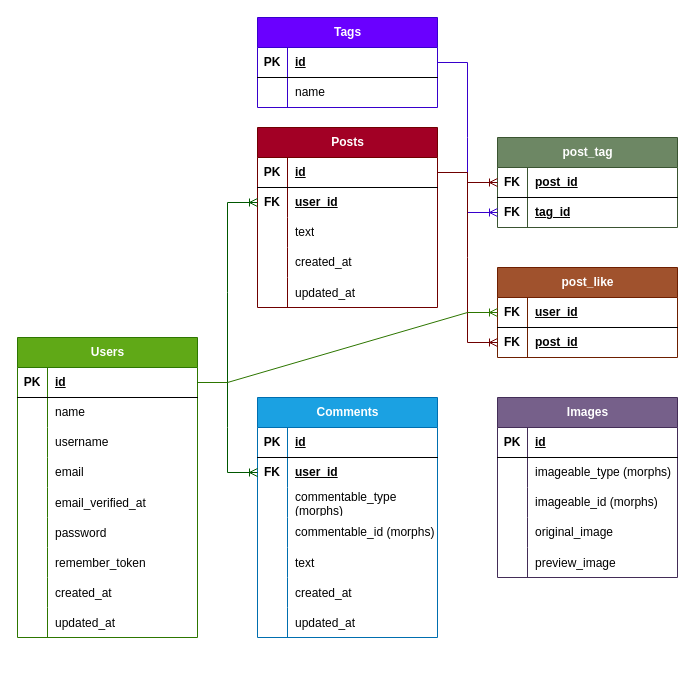
The draw.io diagram biru-posts.drawio in JorikDura/biru-posts, before the edit. Source tidied: cells renumbered, new cells numbered last; positions are measured from the earlier drawing's top-left corner, leaving out a move shared by most shapes. Both pictures are drawn from the tidied source at 100%, with x=0, y=0 at pixel (17, 17).
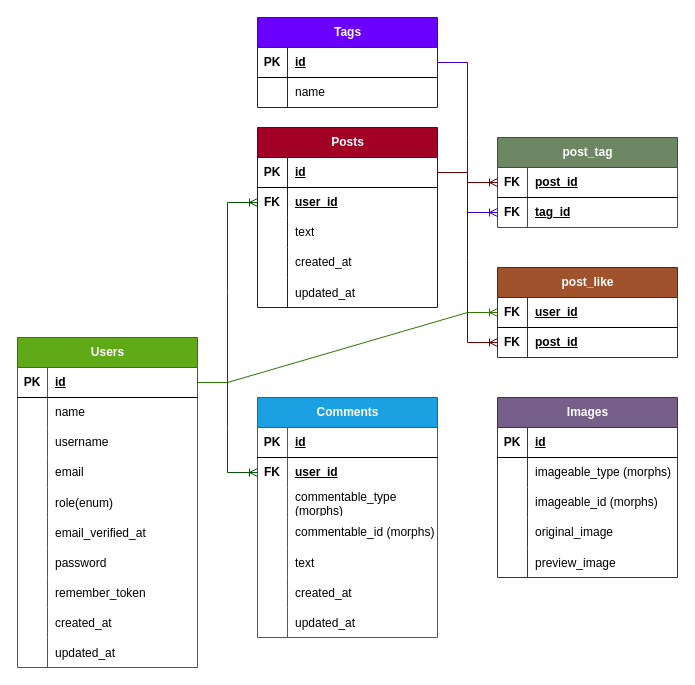
The same diagram, later.

Commit message (it also covers changes not shown here):
update database scheme

What changed in the source:
```diff
@@
     <mxCell id="2" value="Users" style="shape=table;startSize=30;childLayout=tableLayout;rowLines=0;fontStyle=1;align=center;html=1;fillColor=#60a917;fontColor=#ffffff;strokeColor=#2D7600;" parent="1" vertex="1">
-      <mxGeometry y="320" width="180" height="300" as="geometry" />
+      <mxGeometry y="320" width="180" height="330" as="geometry" />
     </mxCell>
@@
+    <mxCell id="111" style="shape=tableRow;horizontal=0;startSize=0;swimlaneHead=0;swimlaneBody=0;fillColor=none;top=0;left=0;right=0;bottom=0;" parent="2" vertex="1">
+      <mxGeometry y="150" width="180" height="30" as="geometry" />
+    </mxCell>
+    <mxCell id="112" style="shape=partialRectangle;fillColor=none;top=0;left=0;bottom=0;right=0;overflow=hidden;" parent="111" vertex="1">
+      <mxGeometry width="30" height="30" as="geometry" />
+    </mxCell>
+    <mxCell id="113" value="role(enum)" style="shape=partialRectangle;fillColor=none;top=0;left=0;bottom=0;right=0;align=left;spacingLeft=6;overflow=hidden;" parent="111" vertex="1">
+      <mxGeometry x="30" width="150" height="30" as="geometry" />
+    </mxCell>
     <mxCell id="15" style="shape=tableRow;horizontal=0;startSize=0;swimlaneHead=0;swimlaneBody=0;fillColor=none;top=0;left=0;right=0;bottom=0;" parent="2" vertex="1">
-      <mxGeometry y="150" width="180" height="30" as="geometry" />
+      <mxGeometry y="180" width="180" height="30" as="geometry" />
     </mxCell>
@@
     <mxCell id="18" style="shape=tableRow;horizontal=0;startSize=0;swimlaneHead=0;swimlaneBody=0;fillColor=none;top=0;left=0;right=0;bottom=0;" parent="2" vertex="1">
-      <mxGeometry y="180" width="180" height="30" as="geometry" />
+      <mxGeometry y="210" width="180" height="30" as="geometry" />
     </mxCell>
@@
     <mxCell id="21" style="shape=tableRow;horizontal=0;startSize=0;swimlaneHead=0;swimlaneBody=0;fillColor=none;top=0;left=0;right=0;bottom=0;" parent="2" vertex="1">
-      <mxGeometry y="210" width="180" height="30" as="geometry" />
+      <mxGeometry y="240" width="180" height="30" as="geometry" />
     </mxCell>
@@
     <mxCell id="24" style="shape=tableRow;horizontal=0;startSize=0;swimlaneHead=0;swimlaneBody=0;fillColor=none;top=0;left=0;right=0;bottom=0;" parent="2" vertex="1">
-      <mxGeometry y="240" width="180" height="30" as="geometry" />
+      <mxGeometry y="270" width="180" height="30" as="geometry" />
     </mxCell>
@@
     <mxCell id="27" style="shape=tableRow;horizontal=0;startSize=0;swimlaneHead=0;swimlaneBody=0;fillColor=none;top=0;left=0;right=0;bottom=0;" parent="2" vertex="1">
-      <mxGeometry y="270" width="180" height="30" as="geometry" />
+      <mxGeometry y="300" width="180" height="30" as="geometry" />
     </mxCell>
```
